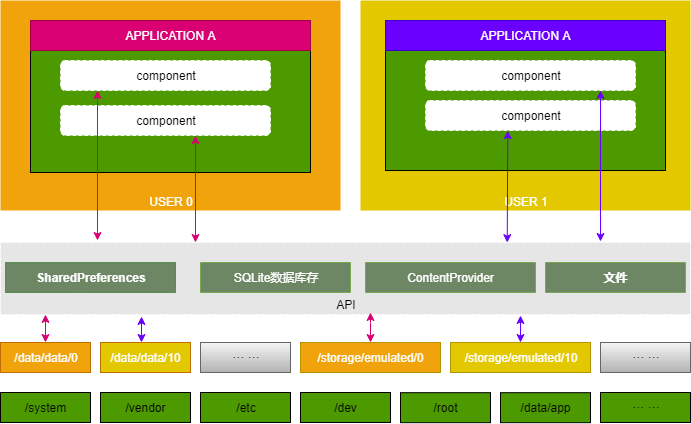
Before: Android多用户应用.png, a diagram exported from draw.io (scuwan/draw.io). Source tidied: cells renumbered, new cells last; positions are measured from the earlier drawing's top-left corner, leaving out a move shared by most shapes.
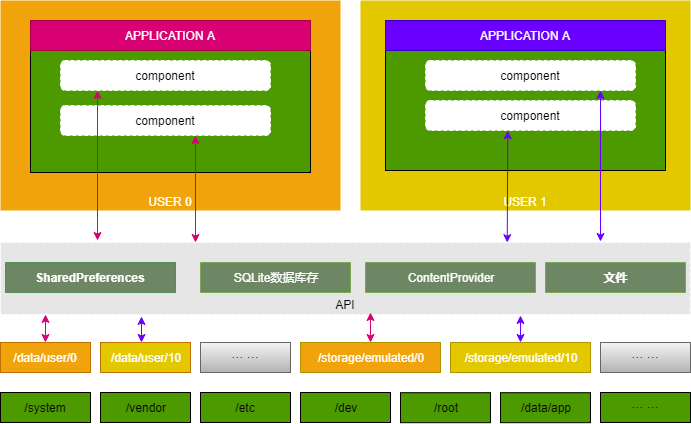
The same diagram one commit later.

Commit message:
修改多用户数据目录/data/data/xxx ->/data/user/xxx

What changed in the source:
```diff
@@ -20,13 +20,13 @@
     <mxCell id="7" value="/data/app" style="rounded=0;whiteSpace=wrap;html=1;gradientColor=none;fillColor=#4D9900;" parent="1" vertex="1">
       <mxGeometry x="500" y="392.2" width="90" height="30" as="geometry" />
     </mxCell>
-    <mxCell id="8" value="/data/data/0" style="rounded=0;whiteSpace=wrap;html=1;fillColor=#f0a30a;strokeColor=#BD7000;fontColor=#ffffff;" parent="1" vertex="1">
+    <mxCell id="8" value="/data/user/0" style="rounded=0;whiteSpace=wrap;html=1;fillColor=#f0a30a;strokeColor=#BD7000;fontColor=#ffffff;" parent="1" vertex="1">
       <mxGeometry y="342" width="90" height="30" as="geometry" />
     </mxCell>
     <mxCell id="9" value="/storage/emulated/0&lt;br&gt;" style="rounded=0;whiteSpace=wrap;html=1;fillColor=#F0A30A;strokeColor=#B09500;fontColor=#ffffff;" parent="1" vertex="1">
       <mxGeometry x="300" y="342" width="140" height="30" as="geometry" />
     </mxCell>
-    <mxCell id="10" value="/data/data/10" style="rounded=0;whiteSpace=wrap;html=1;fillColor=#E3C800;strokeColor=#BD7000;fontColor=#ffffff;" parent="1" vertex="1">
+    <mxCell id="10" value="/data/user/10" style="rounded=0;whiteSpace=wrap;html=1;fillColor=#E3C800;strokeColor=#BD7000;fontColor=#ffffff;" parent="1" vertex="1">
       <mxGeometry x="100" y="342" width="90" height="30" as="geometry" />
     </mxCell>
     <mxCell id="11" value="··· ···" style="rounded=0;whiteSpace=wrap;html=1;fillColor=#f5f5f5;strokeColor=#666666;gradientColor=#b3b3b3;" parent="1" vertex="1">
```
